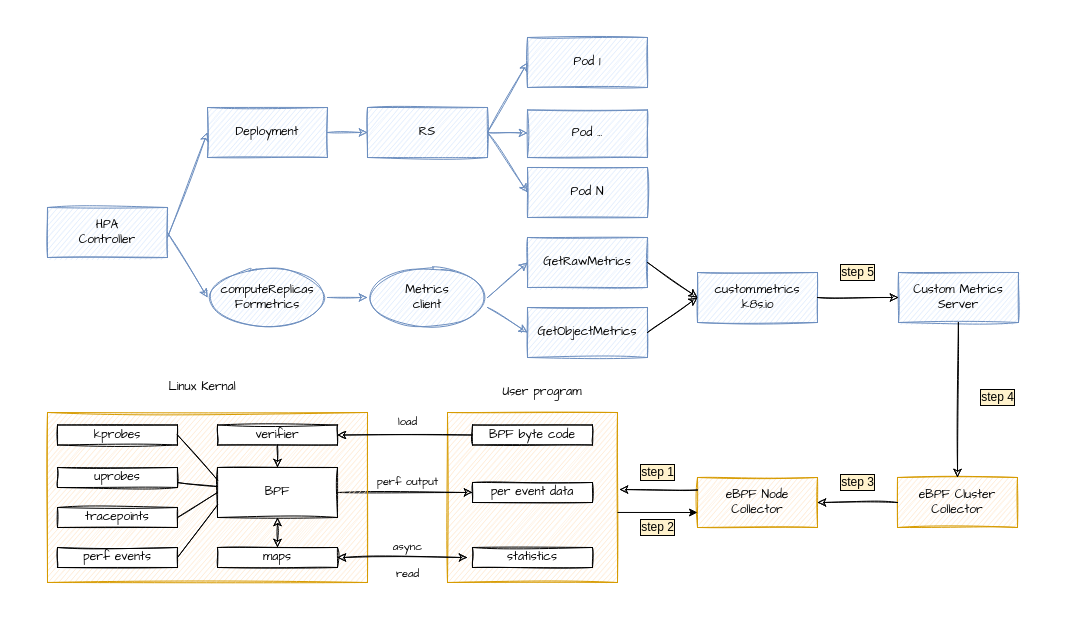
wrongerror/diagrams keeps this draw.io diagram as Untitled Diagram.drawio. Above is the earlier version. Source tidied: cells renumbered, new cells numbered last; positions are measured from the earlier drawing's top-left corner, leaving out a move shared by most shapes. Both pictures are drawn from the tidied source at 100%, with x=0, y=0 at pixel (47, 37).
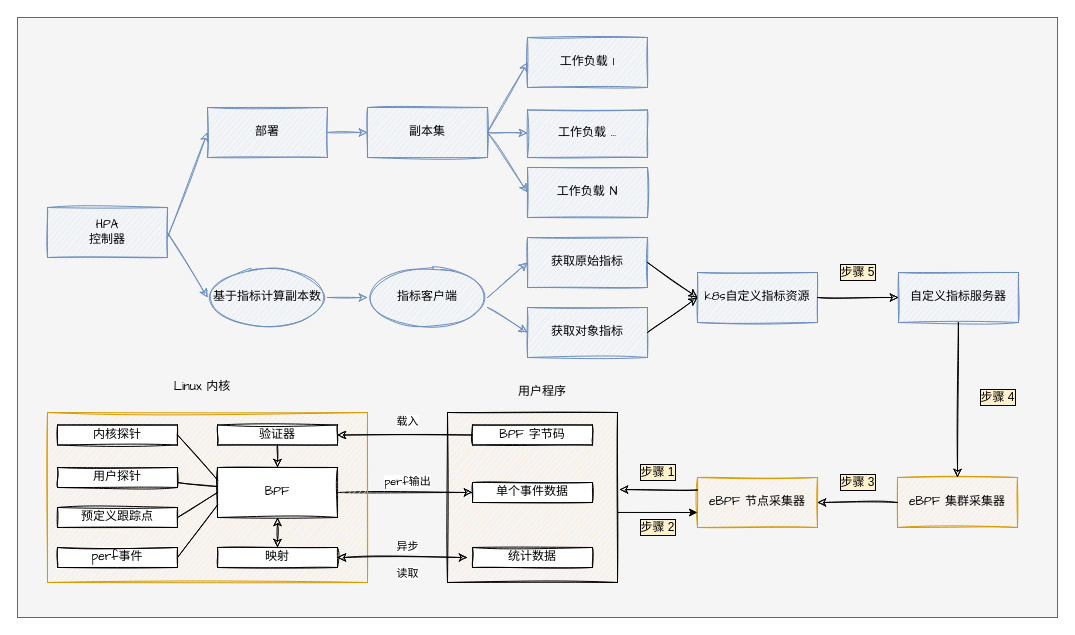
The same page after the edit.

The change refers to these unchanged cells:
```xml
<mxCell id="25" style="group;" parent="1" vertex="1">
  <mxGeometry x="400" y="375" width="170" height="170" as="geometry" />
</mxCell>
```

What changed in the source:
```diff
@@
+    <mxCell id="65" style="rounded=0;whiteSpace=wrap;html=1;labelBackgroundColor=none;strokeColor=#666666;fillColor=#f5f5f5;fontColor=#333333;" parent="1" vertex="1">
+      <mxGeometry x="-30" y="-20" width="1040" height="600" as="geometry" />
+    </mxCell>
-    <mxCell id="2" value="HPA&lt;br&gt;Controller" style="rounded=0;whiteSpace=wrap;html=1;sketch=1;fillStyle=auto;fontFamily=Comic Sans MS;fillColor=#dae8fc;strokeColor=#6c8ebf;" parent="1" vertex="1">
+    <mxCell id="2" value="HPA&lt;br&gt;控制器" style="rounded=0;whiteSpace=wrap;html=1;sketch=1;fillStyle=auto;fontFamily=Comic Sans MS;fillColor=#dae8fc;strokeColor=#6c8ebf;" parent="1" vertex="1">
       <mxGeometry y="170" width="120" height="50" as="geometry" />
     </mxCell>
-    <mxCell id="3" value="Deployment" style="rounded=0;whiteSpace=wrap;html=1;sketch=1;fillStyle=auto;fontFamily=Comic Sans MS;fillColor=#dae8fc;strokeColor=#6c8ebf;" parent="1" vertex="1">
+    <mxCell id="3" value="部署" style="rounded=0;whiteSpace=wrap;html=1;sketch=1;fillStyle=auto;fontFamily=Comic Sans MS;fillColor=#dae8fc;strokeColor=#6c8ebf;" parent="1" vertex="1">
       <mxGeometry x="160" y="70" width="120" height="50" as="geometry" />
     </mxCell>
@@
-    <mxCell id="5" value="computeReplicas&lt;br&gt;Formetrics" style="ellipse;whiteSpace=wrap;html=1;sketch=1;fillStyle=auto;fontFamily=Comic Sans MS;fillColor=#dae8fc;strokeColor=#6c8ebf;" parent="1" vertex="1">
+    <mxCell id="5" value="基于指标计算副本数" style="ellipse;whiteSpace=wrap;html=1;sketch=1;fillStyle=auto;fontFamily=Comic Sans MS;fillColor=#dae8fc;strokeColor=#6c8ebf;" parent="1" vertex="1">
       <mxGeometry x="160" y="230" width="120" height="60" as="geometry" />
     </mxCell>
@@
-    <mxCell id="7" value="Metrics&lt;br&gt;client" style="ellipse;whiteSpace=wrap;html=1;sketch=1;fillStyle=auto;fontFamily=Comic Sans MS;fillColor=#dae8fc;strokeColor=#6c8ebf;" parent="1" vertex="1">
+    <mxCell id="7" value="指标客户端" style="ellipse;whiteSpace=wrap;html=1;sketch=1;fillStyle=auto;fontFamily=Comic Sans MS;fillColor=#dae8fc;strokeColor=#6c8ebf;" parent="1" vertex="1">
       <mxGeometry x="320" y="230" width="120" height="60" as="geometry" />
     </mxCell>
@@
-    <mxCell id="9" value="RS" style="rounded=0;whiteSpace=wrap;html=1;sketch=1;fillStyle=auto;fontFamily=Comic Sans MS;fillColor=#dae8fc;strokeColor=#6c8ebf;" parent="1" vertex="1">
+    <mxCell id="9" value="副本集" style="rounded=0;whiteSpace=wrap;html=1;sketch=1;fillStyle=auto;fontFamily=Comic Sans MS;fillColor=#dae8fc;strokeColor=#6c8ebf;" parent="1" vertex="1">
       <mxGeometry x="320" y="70" width="120" height="50" as="geometry" />
     </mxCell>
@@
-    <mxCell id="11" value="GetRawMetrics" style="rounded=0;whiteSpace=wrap;html=1;sketch=1;fillStyle=auto;fontFamily=Comic Sans MS;fillColor=#dae8fc;strokeColor=#6c8ebf;" parent="1" vertex="1">
+    <mxCell id="11" value="获取原始指标" style="rounded=0;whiteSpace=wrap;html=1;sketch=1;fillStyle=auto;fontFamily=Comic Sans MS;fillColor=#dae8fc;strokeColor=#6c8ebf;" parent="1" vertex="1">
       <mxGeometry x="480" y="200" width="120" height="50" as="geometry" />
     </mxCell>
-    <mxCell id="12" value="GetObjectMetrics" style="rounded=0;whiteSpace=wrap;html=1;sketch=1;fillStyle=auto;fontFamily=Comic Sans MS;fillColor=#dae8fc;strokeColor=#6c8ebf;" parent="1" vertex="1">
+    <mxCell id="12" value="获取对象指标" style="rounded=0;whiteSpace=wrap;html=1;sketch=1;fillStyle=auto;fontFamily=Comic Sans MS;fillColor=#dae8fc;strokeColor=#6c8ebf;" parent="1" vertex="1">
       <mxGeometry x="480" y="270" width="120" height="50" as="geometry" />
     </mxCell>
@@
-    <mxCell id="15" value="Pod 1" style="rounded=0;whiteSpace=wrap;html=1;sketch=1;fillStyle=auto;fontFamily=Comic Sans MS;fillColor=#dae8fc;strokeColor=#6c8ebf;" parent="1" vertex="1">
+    <mxCell id="15" value="工作负载 1" style="rounded=0;whiteSpace=wrap;html=1;sketch=1;fillStyle=auto;fontFamily=Comic Sans MS;fillColor=#dae8fc;strokeColor=#6c8ebf;" parent="1" vertex="1">
       <mxGeometry x="480" width="120" height="50" as="geometry" />
     </mxCell>
-    <mxCell id="16" value="Pod ..." style="rounded=0;whiteSpace=wrap;html=1;sketch=1;fillStyle=auto;fontFamily=Comic Sans MS;fillColor=#dae8fc;strokeColor=#6c8ebf;" parent="1" vertex="1">
+    <mxCell id="16" value="工作负载 ..." style="rounded=0;whiteSpace=wrap;html=1;sketch=1;fillStyle=auto;fontFamily=Comic Sans MS;fillColor=#dae8fc;strokeColor=#6c8ebf;" parent="1" vertex="1">
       <mxGeometry x="480" y="72.5" width="120" height="47.5" as="geometry" />
     </mxCell>
-    <mxCell id="17" value="Pod N" style="rounded=0;whiteSpace=wrap;html=1;sketch=1;fillStyle=auto;fontFamily=Comic Sans MS;fillColor=#dae8fc;strokeColor=#6c8ebf;" parent="1" vertex="1">
+    <mxCell id="17" value="工作负载 N" style="rounded=0;whiteSpace=wrap;html=1;sketch=1;fillStyle=auto;fontFamily=Comic Sans MS;fillColor=#dae8fc;strokeColor=#6c8ebf;" parent="1" vertex="1">
       <mxGeometry x="480" y="130" width="120" height="50" as="geometry" />
     </mxCell>
@@
-    <mxCell id="21" value="custom.metrics&lt;br&gt;.k8s.io" style="rounded=0;whiteSpace=wrap;html=1;sketch=1;fillStyle=auto;fontFamily=Comic Sans MS;fillColor=#dae8fc;strokeColor=#6c8ebf;" parent="1" vertex="1">
+    <mxCell id="21" value="k8s自定义指标资源" style="rounded=0;whiteSpace=wrap;html=1;sketch=1;fillStyle=auto;fontFamily=Comic Sans MS;fillColor=#dae8fc;strokeColor=#6c8ebf;" parent="1" vertex="1">
       <mxGeometry x="650" y="235" width="120" height="50" as="geometry" />
     </mxCell>
-    <mxCell id="22" value="Custom Metrics Server" style="rounded=0;whiteSpace=wrap;html=1;sketch=1;fillStyle=auto;fontFamily=Comic Sans MS;fillColor=#dae8fc;strokeColor=#6c8ebf;" parent="1" vertex="1">
+    <mxCell id="22" value="自定义指标服务器" style="rounded=0;whiteSpace=wrap;html=1;sketch=1;fillStyle=auto;fontFamily=Comic Sans MS;fillColor=#dae8fc;strokeColor=#6c8ebf;" parent="1" vertex="1">
       <mxGeometry x="851" y="235" width="120" height="50" as="geometry" />
     </mxCell>
-    <mxCell id="23" value="eBPF Cluster Collector" style="rounded=0;whiteSpace=wrap;html=1;sketch=1;fillStyle=auto;fontFamily=Comic Sans MS;fillColor=#ffe6cc;strokeColor=#d79b00;" parent="1" vertex="1">
+    <mxCell id="23" value="eBPF 集群采集器" style="rounded=0;whiteSpace=wrap;html=1;sketch=1;fillStyle=auto;fontFamily=Comic Sans MS;fillColor=#ffe6cc;strokeColor=#d79b00;" parent="1" vertex="1">
       <mxGeometry x="850" y="440" width="120" height="50" as="geometry" />
     </mxCell>
-    <mxCell id="24" value="eBPF Node &lt;br&gt;Collector" style="rounded=0;whiteSpace=wrap;html=1;sketch=1;fillStyle=auto;fontFamily=Comic Sans MS;fillColor=#ffe6cc;strokeColor=#d79b00;" parent="1" vertex="1">
+    <mxCell id="24" value="eBPF 节点采集器" style="rounded=0;whiteSpace=wrap;html=1;sketch=1;fillStyle=auto;fontFamily=Comic Sans MS;fillColor=#ffe6cc;strokeColor=#d79b00;labelBackgroundColor=none;" parent="1" vertex="1">
       <mxGeometry x="650" y="440" width="120" height="50" as="geometry" />
     </mxCell>
@@
-    <mxCell id="26" style="whiteSpace=wrap;html=1;sketch=1;fillStyle=auto;fontFamily=Comic Sans MS;fillColor=#ffe6cc;strokeColor=#d79b00;" parent="25" vertex="1">
+    <mxCell id="26" style="whiteSpace=wrap;html=1;sketch=1;fillStyle=auto;fontFamily=Comic Sans MS;fillColor=#ffe6cc;strokeColor=default;" parent="25" vertex="1">
       <mxGeometry width="170" height="170" as="geometry" />
     </mxCell>
-    <mxCell id="27" value="BPF byte code" style="rounded=0;whiteSpace=wrap;html=1;sketch=1;fillStyle=auto;fontFamily=Comic Sans MS;" parent="25" vertex="1">
+    <mxCell id="27" value="BPF 字节码" style="rounded=0;whiteSpace=wrap;html=1;sketch=1;fillStyle=auto;fontFamily=Comic Sans MS;" parent="25" vertex="1">
       <mxGeometry x="25" y="12.5" width="120" height="20" as="geometry" />
     </mxCell>
-    <mxCell id="28" value="per event data" style="rounded=0;whiteSpace=wrap;html=1;sketch=1;fillStyle=auto;fontFamily=Comic Sans MS;" parent="25" vertex="1">
+    <mxCell id="28" value="单个事件数据" style="rounded=0;whiteSpace=wrap;html=1;sketch=1;fillStyle=auto;fontFamily=Comic Sans MS;" parent="25" vertex="1">
       <mxGeometry x="25" y="70" width="120" height="20" as="geometry" />
     </mxCell>
-    <mxCell id="29" value="statistics" style="rounded=0;whiteSpace=wrap;html=1;sketch=1;fillStyle=auto;fontFamily=Comic Sans MS;" parent="25" vertex="1">
+    <mxCell id="29" value="统计数据" style="rounded=0;whiteSpace=wrap;html=1;sketch=1;fillStyle=auto;fontFamily=Comic Sans MS;" parent="25" vertex="1">
       <mxGeometry x="25" y="135" width="120" height="20" as="geometry" />
     </mxCell>
@@
-    <mxCell id="32" value="kprobes" style="rounded=0;whiteSpace=wrap;html=1;sketch=1;fillStyle=auto;fontFamily=Comic Sans MS;" parent="1" vertex="1">
+    <mxCell id="32" value="内核探针" style="rounded=0;whiteSpace=wrap;html=1;sketch=1;fillStyle=auto;fontFamily=Comic Sans MS;" parent="1" vertex="1">
       <mxGeometry x="10" y="387.5" width="120" height="20" as="geometry" />
     </mxCell>
-    <mxCell id="33" value="uprobes" style="rounded=0;whiteSpace=wrap;html=1;sketch=1;fillStyle=auto;fontFamily=Comic Sans MS;" parent="1" vertex="1">
+    <mxCell id="33" value="用户探针" style="rounded=0;whiteSpace=wrap;html=1;sketch=1;fillStyle=auto;fontFamily=Comic Sans MS;" parent="1" vertex="1">
       <mxGeometry x="10" y="430" width="120" height="20" as="geometry" />
     </mxCell>
-    <mxCell id="34" value="tracepoints" style="rounded=0;whiteSpace=wrap;html=1;sketch=1;fillStyle=auto;fontFamily=Comic Sans MS;" parent="1" vertex="1">
+    <mxCell id="34" value="预定义跟踪点" style="rounded=0;whiteSpace=wrap;html=1;sketch=1;fillStyle=auto;fontFamily=Comic Sans MS;" parent="1" vertex="1">
       <mxGeometry x="10" y="470" width="120" height="20" as="geometry" />
     </mxCell>
-    <mxCell id="35" value="Linux Kernal" style="text;html=1;strokeColor=none;fillColor=none;align=center;verticalAlign=middle;whiteSpace=wrap;rounded=0;sketch=1;fillStyle=auto;fontFamily=Comic Sans MS;" parent="1" vertex="1">
+    <mxCell id="35" value="Linux 内核" style="text;html=1;strokeColor=none;fillColor=none;align=center;verticalAlign=middle;whiteSpace=wrap;rounded=0;sketch=1;fillStyle=auto;fontFamily=Comic Sans MS;" parent="1" vertex="1">
       <mxGeometry x="100" y="335" width="110" height="30" as="geometry" />
     </mxCell>
-    <mxCell id="36" value="verifier" style="rounded=0;whiteSpace=wrap;html=1;sketch=1;fillStyle=auto;fontFamily=Comic Sans MS;" parent="1" vertex="1">
+    <mxCell id="36" value="验证器" style="rounded=0;whiteSpace=wrap;html=1;sketch=1;fillStyle=auto;fontFamily=Comic Sans MS;" parent="1" vertex="1">
       <mxGeometry x="170" y="387.5" width="120" height="20" as="geometry" />
     </mxCell>
@@
-    <mxCell id="38" value="maps" style="rounded=0;whiteSpace=wrap;html=1;sketch=1;fillStyle=auto;fontFamily=Comic Sans MS;" parent="1" vertex="1">
+    <mxCell id="38" value="映射" style="rounded=0;whiteSpace=wrap;html=1;sketch=1;fillStyle=auto;fontFamily=Comic Sans MS;" parent="1" vertex="1">
       <mxGeometry x="170" y="510" width="120" height="20" as="geometry" />
     </mxCell>
@@
-    <mxCell id="45" value="perf events" style="rounded=0;whiteSpace=wrap;html=1;sketch=1;fillStyle=auto;fontFamily=Comic Sans MS;" parent="1" vertex="1">
+    <mxCell id="45" value="perf事件" style="rounded=0;whiteSpace=wrap;html=1;sketch=1;fillStyle=auto;fontFamily=Comic Sans MS;" parent="1" vertex="1">
       <mxGeometry x="10" y="510" width="120" height="20" as="geometry" />
     </mxCell>
@@
-    <mxCell id="47" value="load" style="edgeLabel;html=1;align=center;verticalAlign=middle;sketch=1;fillStyle=auto;fontFamily=Comic Sans MS;" parent="1" vertex="1">
+    <mxCell id="47" value="载入" style="edgeLabel;html=1;align=center;verticalAlign=middle;sketch=1;fillStyle=auto;fontFamily=Comic Sans MS;" parent="1" vertex="1">
       <mxGeometry x="350" y="365" as="geometry">
         <mxPoint x="9" y="18" as="offset" />
       </mxGeometry>
     </mxCell>
-    <mxCell id="48" value="perf output" style="edgeLabel;html=1;align=center;verticalAlign=middle;sketch=1;fillStyle=auto;fontFamily=Comic Sans MS;" parent="1" vertex="1">
+    <mxCell id="48" value="perf输出" style="edgeLabel;html=1;align=center;verticalAlign=middle;sketch=1;fillStyle=auto;fontFamily=Comic Sans MS;" parent="1" vertex="1">
       <mxGeometry x="350" y="425" as="geometry">
         <mxPoint x="9" y="18" as="offset" />
       </mxGeometry>
     </mxCell>
-    <mxCell id="49" value="async" style="edgeLabel;html=1;align=center;verticalAlign=middle;sketch=1;fillStyle=auto;fontFamily=Comic Sans MS;" parent="1" vertex="1">
+    <mxCell id="49" value="异步" style="edgeLabel;html=1;align=center;verticalAlign=middle;sketch=1;fillStyle=auto;fontFamily=Comic Sans MS;" parent="1" vertex="1">
       <mxGeometry x="350" y="490" as="geometry">
         <mxPoint x="9" y="18" as="offset" />
       </mxGeometry>
     </mxCell>
@@
-    <mxCell id="51" value="read" style="edgeLabel;html=1;align=center;verticalAlign=middle;sketch=1;fillStyle=auto;fontFamily=Comic Sans MS;" parent="1" vertex="1">
+    <mxCell id="51" value="读取" style="edgeLabel;html=1;align=center;verticalAlign=middle;sketch=1;fillStyle=auto;fontFamily=Comic Sans MS;" parent="1" vertex="1">
       <mxGeometry x="350" y="517.5" as="geometry">
         <mxPoint x="9" y="18" as="offset" />
       </mxGeometry>
     </mxCell>
@@
-    <mxCell id="55" value="User program" style="text;html=1;strokeColor=none;fillColor=none;align=center;verticalAlign=middle;whiteSpace=wrap;rounded=0;sketch=1;fillStyle=auto;fontFamily=Comic Sans MS;" parent="1" vertex="1">
+    <mxCell id="55" value="用户程序" style="text;html=1;strokeColor=none;fillColor=none;align=center;verticalAlign=middle;whiteSpace=wrap;rounded=0;sketch=1;fillStyle=auto;fontFamily=Comic Sans MS;" parent="1" vertex="1">
       <mxGeometry x="440" y="340" width="110" height="30" as="geometry" />
     </mxCell>
@@
-    <mxCell id="59" value="step 1" style="text;html=1;align=center;verticalAlign=middle;fillColor=none;strokeColor=none;rounded=0;labelBackgroundColor=#FFF2CC;labelBorderColor=#000000;" parent="1" vertex="1">
+    <mxCell id="59" value="步骤 1" style="text;html=1;align=center;verticalAlign=middle;fillColor=none;strokeColor=none;rounded=0;labelBackgroundColor=#FFF2CC;labelBorderColor=#000000;" parent="1" vertex="1">
       <mxGeometry x="580" y="420" width="60" height="30" as="geometry" />
     </mxCell>
@@
-    <mxCell id="61" value="step 2" style="text;html=1;align=center;verticalAlign=middle;fillColor=none;strokeColor=none;rounded=0;labelBackgroundColor=#FFF2CC;labelBorderColor=default;" parent="1" vertex="1">
+    <mxCell id="61" value="步骤 2" style="text;html=1;align=center;verticalAlign=middle;fillColor=none;strokeColor=none;rounded=0;labelBackgroundColor=#FFF2CC;labelBorderColor=default;" parent="1" vertex="1">
       <mxGeometry x="580" y="475" width="60" height="30" as="geometry" />
     </mxCell>
-    <mxCell id="62" value="step 3" style="text;html=1;align=center;verticalAlign=middle;fillColor=none;strokeColor=none;rounded=0;labelBackgroundColor=#FFF2CC;labelBorderColor=default;" parent="1" vertex="1">
+    <mxCell id="62" value="步骤 3" style="text;html=1;align=center;verticalAlign=middle;fillColor=none;strokeColor=none;rounded=0;labelBackgroundColor=#FFF2CC;labelBorderColor=default;" parent="1" vertex="1">
       <mxGeometry x="780" y="430" width="60" height="30" as="geometry" />
     </mxCell>
-    <mxCell id="63" value="step 4" style="text;html=1;align=center;verticalAlign=middle;fillColor=none;strokeColor=none;rounded=0;labelBackgroundColor=#FFF2CC;labelBorderColor=default;" parent="1" vertex="1">
+    <mxCell id="63" value="步骤 4" style="text;html=1;align=center;verticalAlign=middle;fillColor=none;strokeColor=none;rounded=0;labelBackgroundColor=#FFF2CC;labelBorderColor=default;" parent="1" vertex="1">
       <mxGeometry x="920" y="345" width="60" height="30" as="geometry" />
     </mxCell>
-    <mxCell id="64" value="step 5" style="text;html=1;align=center;verticalAlign=middle;fillColor=none;strokeColor=none;rounded=0;labelBackgroundColor=#FFF2CC;labelBorderColor=default;" parent="1" vertex="1">
+    <mxCell id="64" value="步骤 5" style="text;html=1;align=center;verticalAlign=middle;fillColor=none;strokeColor=none;rounded=0;labelBackgroundColor=#FFF2CC;labelBorderColor=default;" parent="1" vertex="1">
       <mxGeometry x="780" y="220" width="60" height="30" as="geometry" />
     </mxCell>
```
